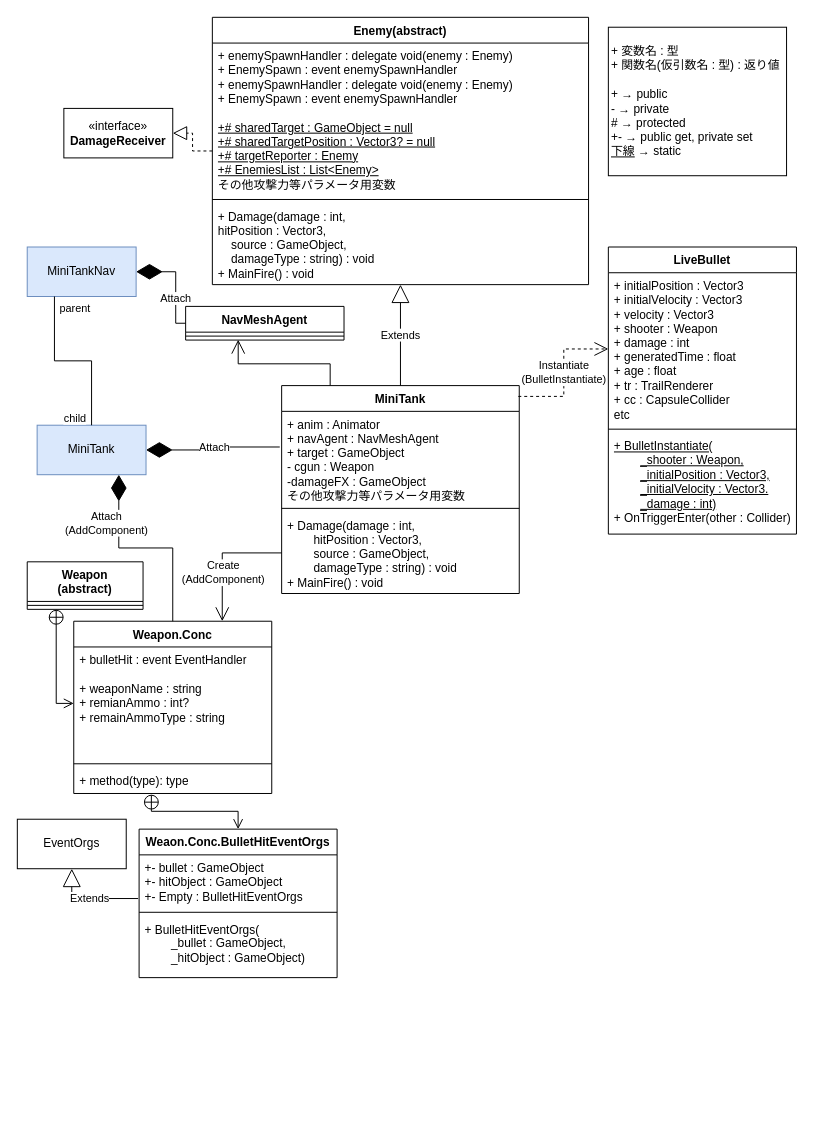
Above: 名称未設定ファイル.drawio in magnet15s/blackout_230604 (draw.io), before the change. Source tidied: cells renumbered, new cells numbered last; positions are measured from the earlier drawing's top-left corner, leaving out a move shared by most shapes. Both pictures are drawn from the tidied source at 99%, with x=0, y=0 at pixel (17, 17).
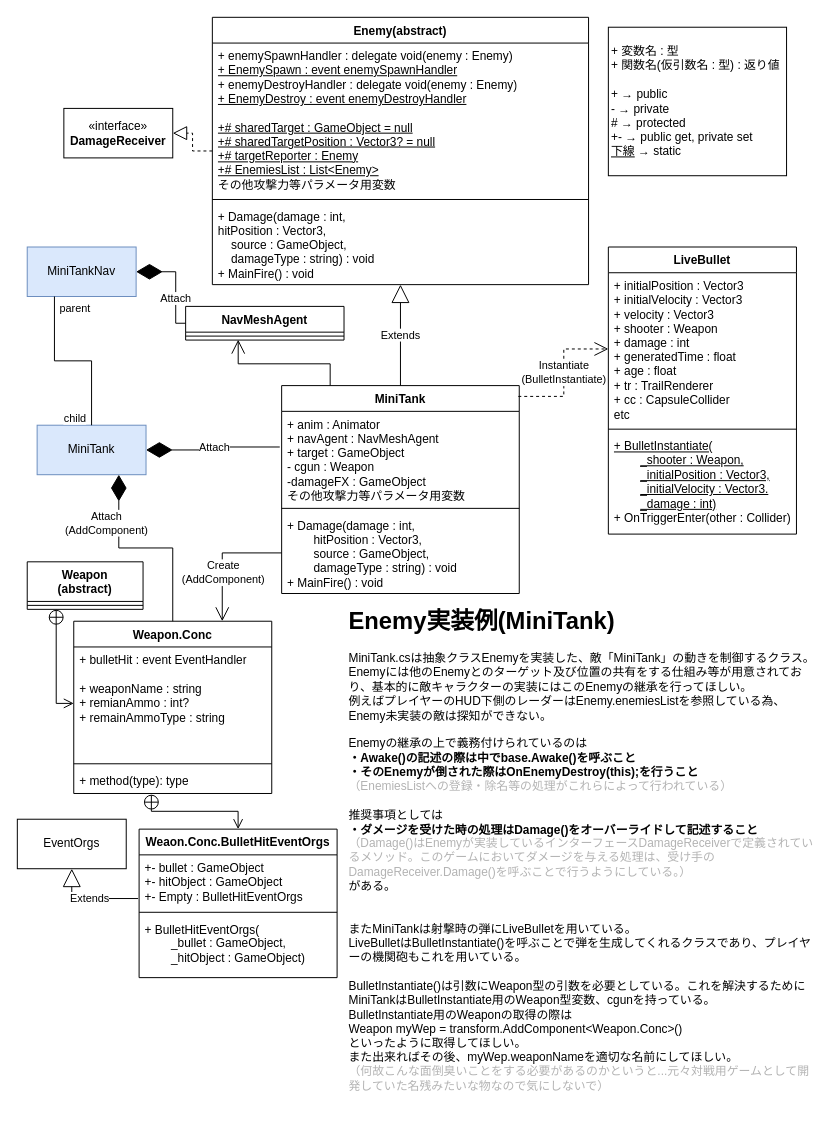
The same page after the edit.

Commit message:
enemy周りの説明記述

The change refers to these unchanged cells:
```xml
<mxCell id="2" value="Enemy(abstract)" style="swimlane;fontStyle=1;align=center;verticalAlign=top;horizontal=1;startSize=26;whiteSpace=wrap;html=1;" parent="1" vertex="1">
  <mxGeometry x="197" width="380" height="270" as="geometry" />
</mxCell>
```

Change to the diagram source:
```diff
@@
-    <mxCell id="3" value="+ enemySpawnHandler : delegate void(enemy : Enemy)&lt;br&gt;+ EnemySpawn : event enemySpawnHandler&lt;br&gt;+ enemySpawnHandler : delegate void(enemy : Enemy)&lt;br style=&quot;border-color: var(--border-color);&quot;&gt;+ EnemySpawn : event enemySpawnHandler&lt;br&gt;&lt;br&gt;&lt;u&gt;+# sharedTarget : GameObject = null&lt;br&gt;+# sharedTargetPosition : Vector3? = null&lt;br&gt;+# targetReporter : Enemy&lt;br&gt;+# EnemiesList : List&amp;lt;Enemy&amp;gt;&lt;br&gt;&lt;/u&gt;その他攻撃力等パラメータ用変数&lt;u&gt;&lt;br&gt;&lt;/u&gt;" style="text;strokeColor=none;fillColor=none;align=left;verticalAlign=top;spacingLeft=4;spacingRight=4;overflow=hidden;whiteSpace=wrap;html=1;" parent="2" vertex="1">
+    <mxCell id="3" value="+ enemySpawnHandler : delegate void(enemy : Enemy)&lt;br&gt;&lt;u&gt;+ EnemySpawn : event enemySpawnHandler&lt;/u&gt;&lt;br&gt;+ enemyDestroyHandler : delegate void(enemy : Enemy)&lt;br style=&quot;border-color: var(--border-color);&quot;&gt;&lt;u&gt;+ EnemyDestroy : event enemyDestroyHandler&lt;/u&gt;&lt;br&gt;&lt;br&gt;&lt;u&gt;+# sharedTarget : GameObject = null&lt;br&gt;+# sharedTargetPosition : Vector3? = null&lt;br&gt;+# targetReporter : Enemy&lt;br&gt;+# EnemiesList : List&amp;lt;Enemy&amp;gt;&lt;br&gt;&lt;/u&gt;その他攻撃力等パラメータ用変数&lt;u&gt;&lt;br&gt;&lt;/u&gt;" style="text;strokeColor=none;fillColor=none;align=left;verticalAlign=top;spacingLeft=4;spacingRight=4;overflow=hidden;whiteSpace=wrap;html=1;" parent="2" vertex="1">
       <mxGeometry y="26" width="380" height="154" as="geometry" />
     </mxCell>
@@
+    <mxCell id="49" value="&lt;h1&gt;Enemy実装例(MiniTank)&lt;/h1&gt;&lt;div&gt;MiniTank.csは抽象クラスEnemyを実装した、敵「MiniTank」の動きを制御するクラス。&lt;/div&gt;&lt;div&gt;Enemyには他のEnemyとのターゲット及び位置の共有をする仕組み等が用意されており、基本的に敵キャラクターの実装にはこのEnemyの継承を行ってほしい。&lt;/div&gt;&lt;div&gt;例えばプレイヤーのHUD下側のレーダーはEnemy.enemiesListを参照している為、Enemy未実装の敵は探知ができない。&lt;/div&gt;&lt;div&gt;&lt;br&gt;&lt;/div&gt;&lt;div&gt;Enemyの継承の上で義務付けられているのは&lt;/div&gt;&lt;div&gt;&lt;b&gt;・Awake()の記述の際は中でbase.Awake()を呼ぶこと&lt;/b&gt;&lt;/div&gt;&lt;div&gt;&lt;b&gt;・そのEnemyが倒された際はOnEnemyDestroy(this);を行うこと&lt;/b&gt;&lt;/div&gt;&lt;div&gt;&lt;font color=&quot;#b3b3b3&quot;&gt;（EnemiesListへの登録・除名等の処理がこれらによって行われている）&lt;/font&gt;&lt;/div&gt;&lt;div&gt;&lt;br&gt;&lt;/div&gt;&lt;div&gt;推奨事項としては&lt;/div&gt;&lt;div&gt;&lt;b&gt;・ダメージを受けた時の処理はDamage()をオーバーライドして記述すること&lt;/b&gt;&lt;/div&gt;&lt;div&gt;&lt;font color=&quot;#b3b3b3&quot;&gt;（Damage()はEnemyが実装しているインターフェースDamageReceiverで定義されているメソッド。このゲームにおいてダメージを与える処理は、受け手のDamageReceiver.Damage()を呼ぶことで行うようにしている。&lt;span style=&quot;background-color: initial;&quot;&gt;）&lt;/span&gt;&lt;/font&gt;&lt;/div&gt;&lt;div&gt;がある。&lt;/div&gt;&lt;div&gt;&lt;br&gt;&lt;/div&gt;&lt;div&gt;&lt;br&gt;&lt;/div&gt;&lt;div&gt;またMiniTankは射撃時の弾にLiveBulletを用いている。&lt;/div&gt;&lt;div&gt;LiveBulletはBulletInstantiate()を呼ぶことで弾を生成してくれるクラスであり、プレイヤーの機関砲もこれを用いている。&lt;/div&gt;&lt;div&gt;&lt;br&gt;&lt;/div&gt;&lt;div&gt;BulletInstantiate()は引数にWeapon型の引数を必要としている。これを解決するためにMiniTankはBulletInstantiate用のWeapon型変数、cgunを持っている。&lt;/div&gt;&lt;div&gt;BulletInstantiate用のWeaponの取得の際は&lt;/div&gt;&lt;div&gt;Weapon myWep = transform.AddComponent&amp;lt;Weapon.Conc&amp;gt;()&amp;nbsp;&lt;/div&gt;&lt;div&gt;といったように取得してほしい。&lt;/div&gt;&lt;div&gt;また出来ればその後、myWep.weaponNameを適切な名前にしてほしい。&lt;/div&gt;&lt;div&gt;&lt;font color=&quot;#b3b3b3&quot;&gt;（何故こんな面倒臭いことをする必要があるのかというと...元々対戦用ゲームとして開発していた名残みたいな物なので気にしないで）&lt;/font&gt;&lt;/div&gt;&lt;div&gt;&lt;br&gt;&lt;/div&gt;&lt;div&gt;&lt;br&gt;&lt;/div&gt;" style="text;html=1;strokeColor=none;fillColor=none;spacing=5;spacingTop=-20;whiteSpace=wrap;overflow=hidden;rounded=0;" parent="1" vertex="1">
+      <mxGeometry x="330" y="590" width="480" height="510" as="geometry" />
+    </mxCell>
```
